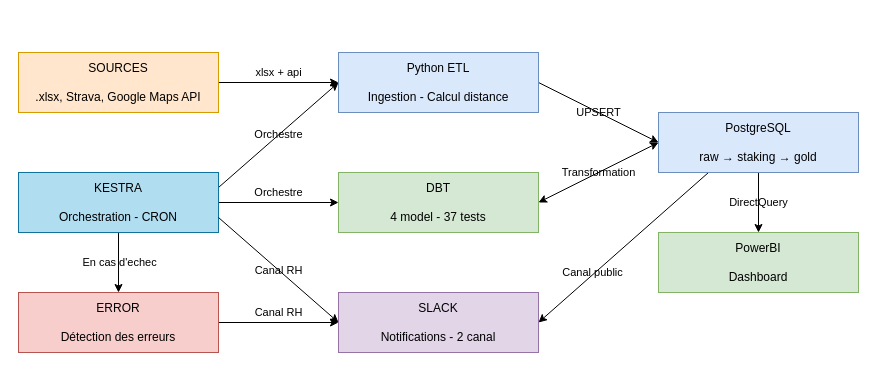
This is P12_Gerez_un_projet_d_infrastructure_aymeric_bailleul/_orchestration/_docs/ABAI_P12_schema_archi.drawio from merais/formation, a draw.io file, before an edit. Source tidied: cells renumbered, new cells numbered last; positions are measured from the earlier drawing's top-left corner, leaving out a move shared by most shapes. Both pictures are drawn from the tidied source at 100%, with x=0, y=0 at pixel (18, 52).
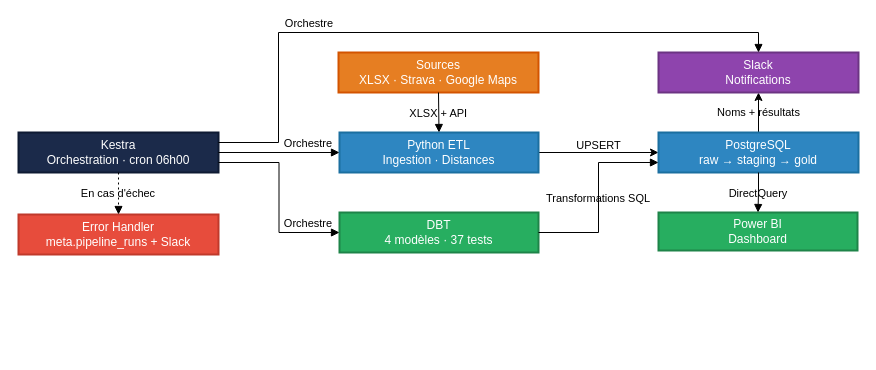
After the change.

Commit message (it also covers changes not shown here):
docs: mise à jour README, dashboard, présentation et schéma architecture

Diff of the diagram source:
```diff
@@
-    <mxCell id="2" value="&amp;nbsp;xlsx + api&amp;nbsp;" style="edgeStyle=orthogonalEdgeStyle;rounded=0;jettySize=auto;html=1;exitX=1;exitY=0.5;exitDx=0;exitDy=0;entryX=0;entryY=0.5;entryDx=0;entryDy=0;labelBackgroundColor=none;" parent="1" edge="1" source="3" target="12">
-      <mxGeometry y="10" relative="1" as="geometry" />
-    </mxCell>
-    <mxCell id="3" value="SOURCES&lt;div&gt;&lt;br&gt;&lt;/div&gt;&lt;div&gt;.xlsx, Strava, Google Maps API&lt;/div&gt;" style="rounded=0;whiteSpace=wrap;html=1;fillColor=#ffe6cc;strokeColor=#d79b00;" parent="1" vertex="1">
-      <mxGeometry width="200" height="60" as="geometry" />
-    </mxCell>
-    <mxCell id="4" value="Orchestre" style="rounded=0;jettySize=auto;html=1;exitX=1;exitY=0.25;exitDx=0;exitDy=0;entryX=0;entryY=0.5;entryDx=0;entryDy=0;labelBackgroundColor=none;" parent="1" edge="1" source="8" target="12">
-      <mxGeometry relative="1" as="geometry" />
-    </mxCell>
-    <mxCell id="5" value="&amp;nbsp;Orchestre&amp;nbsp;" style="rounded=0;jettySize=auto;html=1;exitX=1;exitY=0.5;exitDx=0;exitDy=0;entryX=0;entryY=0.5;entryDx=0;entryDy=0;labelBackgroundColor=none;" parent="1" edge="1" source="8" target="14">
-      <mxGeometry y="10" relative="1" as="geometry" />
-    </mxCell>
-    <mxCell id="6" style="edgeStyle=orthogonalEdgeStyle;rounded=0;jettySize=auto;html=1;exitX=0.5;exitY=1;exitDx=0;exitDy=0;entryX=0.5;entryY=0;entryDx=0;entryDy=0;" parent="1" edge="1" source="8" target="10">
-      <mxGeometry relative="1" as="geometry" />
-    </mxCell>
-    <mxCell id="7" value="En cas d'echec" style="edgeLabel;html=1;align=center;verticalAlign=middle;labelBackgroundColor=none;" parent="6" vertex="1">
-      <mxGeometry x="-0.03" relative="1" as="geometry" />
-    </mxCell>
-    <mxCell id="8" value="KESTRA&lt;div&gt;&lt;br&gt;&lt;/div&gt;&lt;div&gt;Orchestration - CRON&lt;/div&gt;" style="rounded=0;whiteSpace=wrap;html=1;fillColor=#b1ddf0;strokeColor=#10739e;" parent="1" vertex="1">
-      <mxGeometry y="120" width="200" height="60" as="geometry" />
-    </mxCell>
-    <mxCell id="9" value="&amp;nbsp;Canal RH&amp;nbsp;" style="edgeStyle=orthogonalEdgeStyle;rounded=0;jettySize=auto;html=1;exitX=1;exitY=0.5;exitDx=0;exitDy=0;entryX=0;entryY=0.5;entryDx=0;entryDy=0;labelBackgroundColor=none;" parent="1" edge="1" source="10" target="15">
-      <mxGeometry y="10" relative="1" as="geometry" />
-    </mxCell>
-    <mxCell id="10" value="ERROR&lt;div&gt;&lt;br&gt;&lt;/div&gt;&lt;div&gt;Détection des erreurs&lt;/div&gt;" style="rounded=0;whiteSpace=wrap;html=1;fillColor=#f8cecc;strokeColor=#b85450;" parent="1" vertex="1">
-      <mxGeometry y="240" width="200" height="60" as="geometry" />
-    </mxCell>
+    <mxCell id="21" value="Sources&#10;XLSX · Strava · Google Maps" style="whiteSpace=wrap;strokeWidth=2;fillColor=#E67E22;strokeColor=#D35400;fontColor=#fff;" parent="1" vertex="1">
+      <mxGeometry x="320" width="200" height="40" as="geometry" />
+    </mxCell>
-    <mxCell id="11" value="UPSERT" style="rounded=0;jettySize=auto;html=1;exitX=1;exitY=0.5;exitDx=0;exitDy=0;entryX=0;entryY=0.5;entryDx=0;entryDy=0;labelBackgroundColor=none;" parent="1" edge="1" source="12" target="18">
+    <mxCell id="11" value="&#10;&lt;span style=&quot;font-family: Helvetica; font-size: 11px; font-style: normal; font-variant-ligatures: normal; font-variant-caps: normal; font-weight: 400; letter-spacing: normal; orphans: 2; text-align: center; text-indent: 0px; text-transform: none; widows: 2; word-spacing: 0px; -webkit-text-stroke-width: 0px; white-space: nowrap; text-decoration-thickness: initial; text-decoration-style: initial; text-decoration-color: initial; float: none; display: inline !important;&quot;&gt;UPSERT&lt;/span&gt;&#10;&#10;" style="edgeStyle=orthogonalEdgeStyle;rounded=0;jettySize=auto;html=1;exitX=1;exitY=0.5;exitDx=0;exitDy=0;entryX=0;entryY=0.5;entryDx=0;entryDy=0;labelBackgroundColor=none;fontColor=default;" parent="1" edge="1" source="22" target="25">
       <mxGeometry relative="1" as="geometry" />
     </mxCell>
-    <mxCell id="12" value="Python ETL&lt;div&gt;&lt;br&gt;&lt;/div&gt;&lt;div&gt;Ingestion - Calcul distance&lt;/div&gt;" style="rounded=0;whiteSpace=wrap;html=1;fillColor=#dae8fc;strokeColor=#6c8ebf;" parent="1" vertex="1">
-      <mxGeometry x="320" width="200" height="60" as="geometry" />
-    </mxCell>
-    <mxCell id="13" value="&amp;nbsp;Transformation&amp;nbsp;" style="rounded=0;jettySize=auto;html=1;exitX=1;exitY=0.5;exitDx=0;exitDy=0;entryX=0;entryY=0.5;entryDx=0;entryDy=0;startArrow=classic;startFill=1;labelBackgroundColor=none;" parent="1" edge="1" source="14" target="18">
-      <mxGeometry relative="1" as="geometry" />
-    </mxCell>
-    <mxCell id="14" value="DBT&lt;div&gt;&lt;br&gt;&lt;/div&gt;&lt;div&gt;4 model - 37 tests&lt;/div&gt;" style="rounded=0;whiteSpace=wrap;html=1;fillColor=#d5e8d4;strokeColor=#82b366;" parent="1" vertex="1">
-      <mxGeometry x="320" y="120" width="200" height="60" as="geometry" />
-    </mxCell>
-    <mxCell id="15" value="SLACK&lt;div&gt;&lt;br&gt;&lt;/div&gt;&lt;div&gt;Notifications - 2 canal&lt;/div&gt;" style="rounded=0;whiteSpace=wrap;html=1;fillColor=#e1d5e7;strokeColor=#9673a6;" parent="1" vertex="1">
-      <mxGeometry x="320" y="240" width="200" height="60" as="geometry" />
-    </mxCell>
-    <mxCell id="16" value="Canal public" style="rounded=0;jettySize=auto;html=1;exitX=0.25;exitY=1;exitDx=0;exitDy=0;entryX=1;entryY=0.5;entryDx=0;entryDy=0;labelBackgroundColor=none;" parent="1" edge="1" source="18" target="15">
-      <mxGeometry x="0.35" y="-2" relative="1" as="geometry" />
-    </mxCell>
+    <mxCell id="22" value="Python ETL&#10;Ingestion · Distances" style="whiteSpace=wrap;strokeWidth=2;fillColor=#2E86C1;strokeColor=#1B6FA0;fontColor=#fff;" parent="1" vertex="1">
+      <mxGeometry x="321" y="80" width="199" height="40" as="geometry" />
+    </mxCell>
+    <mxCell id="23" value="Kestra&#10;Orchestration · cron 06h00" style="whiteSpace=wrap;strokeWidth=2;fillColor=#1B2A4A;strokeColor=#0E1A33;fontColor=#fff;" parent="1" vertex="1">
+      <mxGeometry y="80" width="200" height="40" as="geometry" />
+    </mxCell>
+    <mxCell id="24" value="&lt;br&gt;&lt;span style=&quot;font-family: Helvetica; font-size: 11px; font-style: normal; font-variant-ligatures: normal; font-variant-caps: normal; font-weight: 400; letter-spacing: normal; orphans: 2; text-align: center; text-indent: 0px; text-transform: none; widows: 2; word-spacing: 0px; -webkit-text-stroke-width: 0px; white-space: nowrap; text-decoration-thickness: initial; text-decoration-style: initial; text-decoration-color: initial; float: none; display: inline !important;&quot;&gt;Noms + résultats&lt;/span&gt;&lt;div&gt;&lt;br/&gt;&lt;/div&gt;" style="edgeStyle=orthogonalEdgeStyle;rounded=0;jettySize=auto;html=1;exitX=0.5;exitY=0;exitDx=0;exitDy=0;entryX=0.5;entryY=1;entryDx=0;entryDy=0;labelBackgroundColor=none;fontColor=default;" parent="1" edge="1" source="25" target="27">
+      <mxGeometry relative="1" as="geometry" />
+    </mxCell>
+    <mxCell id="25" value="PostgreSQL&#10;raw → staging → gold" style="whiteSpace=wrap;strokeWidth=2;fillColor=#2E86C1;strokeColor=#1B6FA0;fontColor=#fff;" parent="1" vertex="1">
+      <mxGeometry x="640" y="80" width="200" height="40" as="geometry" />
+    </mxCell>
+    <mxCell id="26" value="DBT&#10;4 modèles · 37 tests" style="whiteSpace=wrap;strokeWidth=2;fillColor=#27AE60;strokeColor=#1E8449;fontColor=#fff;" parent="1" vertex="1">
+      <mxGeometry x="321" y="160" width="199" height="40" as="geometry" />
+    </mxCell>
+    <mxCell id="27" value="Slack&#10;Notifications" style="whiteSpace=wrap;strokeWidth=2;fillColor=#8E44AD;strokeColor=#6C3483;fontColor=#fff;" parent="1" vertex="1">
+      <mxGeometry x="640" width="200" height="40" as="geometry" />
+    </mxCell>
+    <mxCell id="28" value="Power BI&#10;Dashboard" style="whiteSpace=wrap;strokeWidth=2;fillColor=#27AE60;strokeColor=#1E8449;fontColor=#fff;" parent="1" vertex="1">
+      <mxGeometry x="640" y="160" width="199" height="38" as="geometry" />
+    </mxCell>
+    <mxCell id="29" value="Error Handler&#10;meta.pipeline_runs + Slack" style="whiteSpace=wrap;strokeWidth=2;fillColor=#E74C3C;strokeColor=#C0392B;fontColor=#fff;" parent="1" vertex="1">
+      <mxGeometry y="162" width="200" height="40" as="geometry" />
+    </mxCell>
+    <mxCell id="30" value="XLSX + API" style="startArrow=none;endArrow=block;exitX=0.5;exitY=1;entryX=0.5;entryY=0;rounded=0;exitDx=0;exitDy=0;entryDx=0;entryDy=0;labelBackgroundColor=none;" parent="1" edge="1" source="21" target="22">
+      <mxGeometry relative="1" as="geometry" />
+    </mxCell>
+    <mxCell id="31" value="Orchestre" style="startArrow=none;endArrow=block;exitX=1;exitY=0.5;entryX=0;entryY=0.5;rounded=0;edgeStyle=orthogonalEdgeStyle;exitDx=0;exitDy=0;entryDx=0;entryDy=0;labelBackgroundColor=none;" parent="1" edge="1" source="23" target="22">
+      <mxGeometry x="0.49" y="10" relative="1" as="geometry" />
+    </mxCell>
+    <mxCell id="32" value="Orchestre" style="startArrow=none;endArrow=block;exitX=1;exitY=0.75;entryX=0;entryY=0.5;rounded=0;edgeStyle=orthogonalEdgeStyle;exitDx=0;exitDy=0;labelBackgroundColor=none;" parent="1" edge="1" source="23" target="26">
+      <mxGeometry x="0.68" y="10" relative="1" as="geometry" />
+    </mxCell>
+    <mxCell id="33" value="Orchestre" style="startArrow=none;endArrow=block;exitX=1;exitY=0.25;entryX=0.5;entryY=0;rounded=0;edgeStyle=orthogonalEdgeStyle;entryDx=0;entryDy=0;exitDx=0;exitDy=0;labelBackgroundColor=none;" parent="1" edge="1" source="23" target="27">
+      <mxGeometry x="-0.4" y="10" relative="1" as="geometry">
+        <Array as="points">
+          <mxPoint x="260" y="90" />
+          <mxPoint x="260" y="-20" />
+          <mxPoint x="740" y="-20" />
+        </Array>
+      </mxGeometry>
+    </mxCell>
+    <mxCell id="34" value="En cas d'échec" style="dashed=1;dashPattern=2 3;startArrow=none;endArrow=block;exitX=0.5;exitY=1;entryX=0.5;entryY=0;rounded=0;exitDx=0;exitDy=0;edgeStyle=orthogonalEdgeStyle;entryDx=0;entryDy=0;labelBackgroundColor=none;" parent="1" edge="1" source="23" target="29">
+      <mxGeometry x="-0.05" relative="1" as="geometry" />
+    </mxCell>
+    <mxCell id="35" value="Transformations SQL" style="startArrow=none;endArrow=block;exitX=1;exitY=0.5;entryX=0;entryY=0.75;rounded=0;edgeStyle=orthogonalEdgeStyle;entryDx=0;entryDy=0;labelBackgroundColor=none;" parent="1" edge="1" source="26" target="25">
+      <mxGeometry relative="1" as="geometry" />
+    </mxCell>
-    <mxCell id="17" value="DirectQuery" style="edgeStyle=orthogonalEdgeStyle;rounded=0;jettySize=auto;html=1;exitX=0.5;exitY=1;exitDx=0;exitDy=0;entryX=0.5;entryY=0;entryDx=0;entryDy=0;labelBackgroundColor=none;" parent="1" edge="1" source="18" target="19">
+    <mxCell id="17" value="DirectQuery" style="startArrow=none;endArrow=block;exitX=0.5;exitY=1;entryX=0.5;entryY=0;rounded=0;edgeStyle=orthogonalEdgeStyle;exitDx=0;exitDy=0;entryDx=0;entryDy=0;labelBackgroundColor=none;" parent="1" edge="1" source="25" target="28">
       <mxGeometry relative="1" as="geometry" />
     </mxCell>
-    <mxCell id="18" value="PostgreSQL&lt;div&gt;&lt;br&gt;&lt;/div&gt;&lt;div&gt;raw&amp;nbsp;→ staking&amp;nbsp;→ gold&lt;/div&gt;" style="rounded=0;whiteSpace=wrap;html=1;fillColor=#dae8fc;strokeColor=#6c8ebf;" parent="1" vertex="1">
-      <mxGeometry x="640" y="60" width="200" height="60" as="geometry" />
-    </mxCell>
-    <mxCell id="19" value="PowerBI&lt;div&gt;&lt;br&gt;&lt;/div&gt;&lt;div&gt;Dashboard&lt;/div&gt;" style="rounded=0;whiteSpace=wrap;html=1;fillColor=#d5e8d4;strokeColor=#82b366;" parent="1" vertex="1">
-      <mxGeometry x="640" y="180" width="200" height="60" as="geometry" />
-    </mxCell>
-    <mxCell id="20" value="Canal RH" style="rounded=0;jettySize=auto;html=1;exitX=1;exitY=0.75;exitDx=0;exitDy=0;entryX=0;entryY=0.5;entryDx=0;entryDy=0;labelBackgroundColor=none;" parent="1" edge="1" source="8" target="15">
-      <mxGeometry relative="1" as="geometry" />
-    </mxCell>
```
